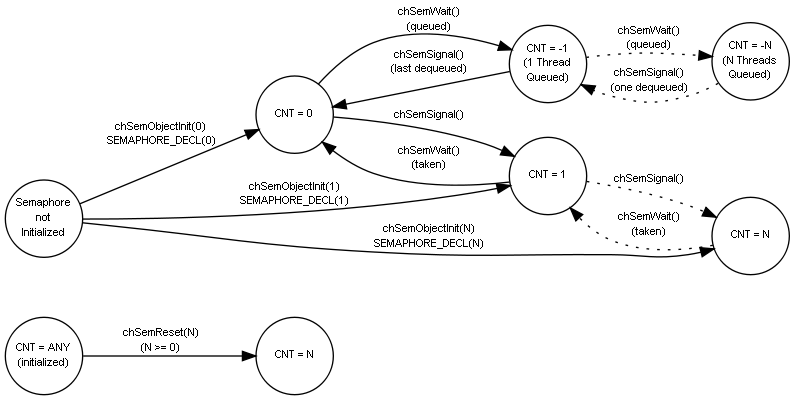
Above: book/csem_states.png in ArduPilot/ChibiOS.svn (Graphviz), before the change. Its source is kept beside it as book/csem_states.dot.
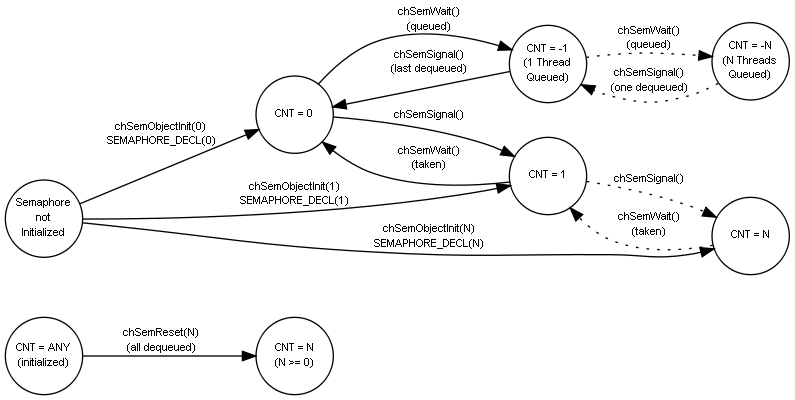
Later version of the same file.

Change to the diagram source:
```diff
@@ -5,9 +5,9 @@
     edge [fontname=Sans Serif, fontsize=8];
 
     any [label="CNT = ANY\n(initialized)"];
-    zp [label="CNT = N"];
+    zp [label="CNT = N\n(N >= 0)"];
 
-    any -> zp [label="chSemReset(N)\n(N >= 0)"];
+    any -> zp [label="chSemReset(N)\n(all dequeued)"];
 
     init [label="Semaphore\nnot\nInitialized"];
     nn [label="CNT = -N\n(N Threads\nQueued)"];
```
